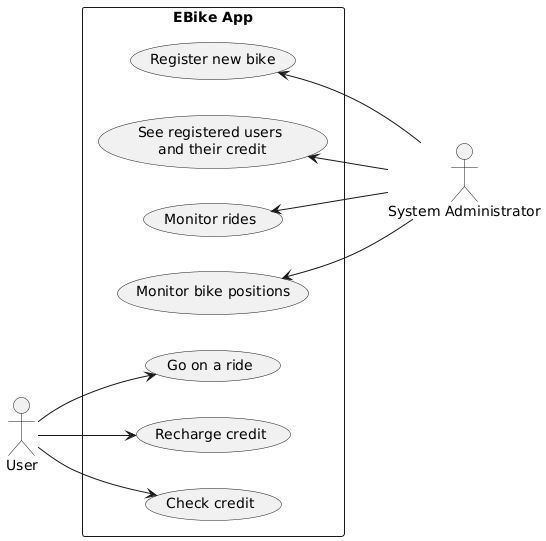
Above: doc/diagrams/use-cases.png in Ventus218/SAP-assignment-02 (PlantUML), before the change.
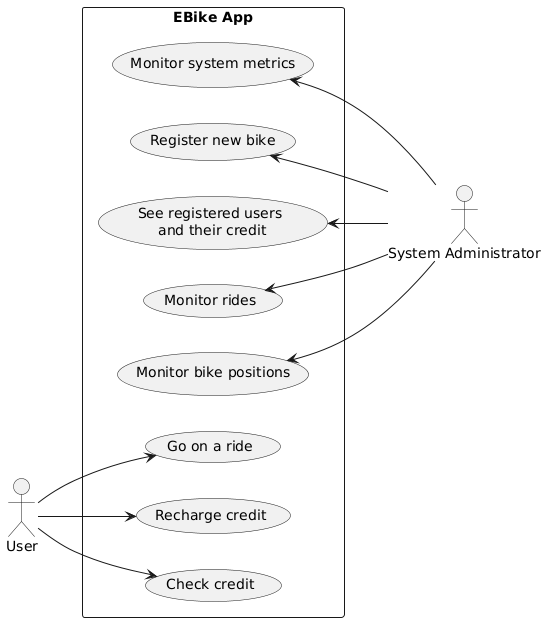
The same diagram one commit later.

The edit, as a diff of the source:
```diff
@@ -14,6 +14,7 @@
     Admin -u-> (Monitor rides)
     Admin -u-> (See registered users\n and their credit)
     Admin -u-> (Register new bike)
+    Admin -u-> (Monitor system metrics)
 }
 
 @enduml
```
